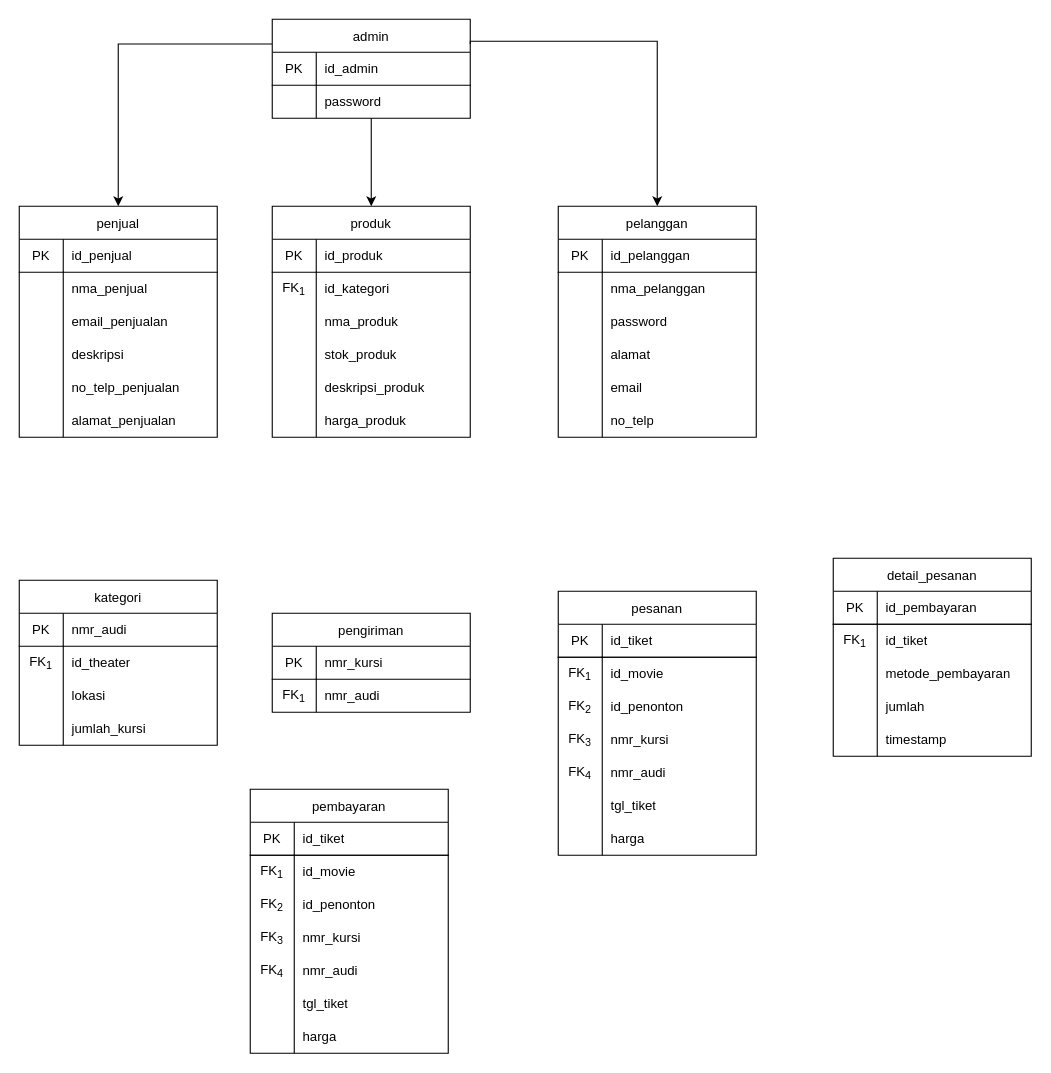
Above: e-commerce_cdm.drawio in vinnnna/sistem-basis-data (draw.io), before the change. Source tidied: cells renumbered, new cells numbered last; positions are measured from the earlier drawing's top-left corner, leaving out a move shared by most shapes. Both pictures are drawn from the tidied source at 110%, with x=0, y=0 at pixel (19, 19).
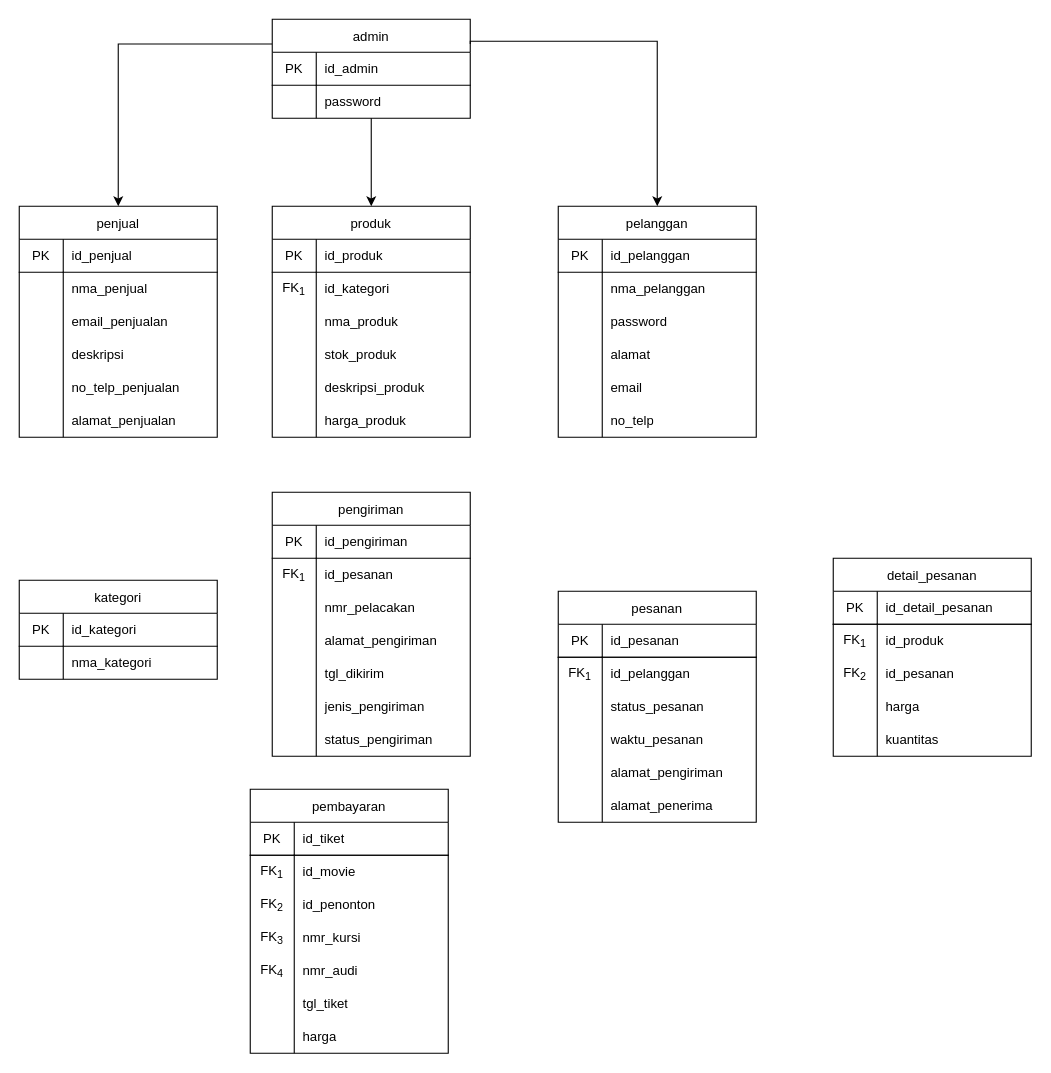
The same diagram, later.

Unchanged cells that the change refers to:
```xml
<mxCell id="41" style="shape=tableRow;horizontal=0;startSize=0;swimlaneHead=0;swimlaneBody=0;top=0;left=0;bottom=0;right=0;fillColor=none;strokeColor=inherit;fontSize=12;" parent="40" vertex="1">
  <mxGeometry y="30" width="180" height="30" as="geometry" />
</mxCell>
<mxCell id="44" style="shape=tableRow;horizontal=0;startSize=0;swimlaneHead=0;swimlaneBody=0;top=0;left=0;bottom=0;right=0;fillColor=none;strokeColor=inherit;fontSize=12;" parent="40" vertex="1">
  <mxGeometry y="60" width="180" height="30" as="geometry" />
</mxCell>
<mxCell id="47" style="shape=tableRow;horizontal=0;startSize=0;swimlaneHead=0;swimlaneBody=0;top=0;left=0;bottom=0;right=0;fillColor=none;strokeColor=inherit;fontSize=12;" parent="40" vertex="1">
  <mxGeometry y="90" width="180" height="30" as="geometry" />
</mxCell>
<mxCell id="50" style="shape=tableRow;horizontal=0;startSize=0;swimlaneHead=0;swimlaneBody=0;top=0;left=0;bottom=0;right=0;fillColor=none;strokeColor=inherit;fontSize=12;" parent="40" vertex="1">
  <mxGeometry y="120" width="180" height="30" as="geometry" />
</mxCell>
<mxCell id="53" style="shape=tableRow;horizontal=0;startSize=0;swimlaneHead=0;swimlaneBody=0;top=0;left=0;bottom=0;right=0;fillColor=none;strokeColor=inherit;fontSize=12;" parent="40" vertex="1">
  <mxGeometry y="150" width="180" height="30" as="geometry" />
</mxCell>
<mxCell id="56" style="shape=tableRow;horizontal=0;startSize=0;swimlaneHead=0;swimlaneBody=0;top=0;left=0;bottom=0;right=0;fillColor=none;strokeColor=inherit;fontSize=12;" parent="40" vertex="1">
  <mxGeometry y="180" width="180" height="30" as="geometry" />
</mxCell>
<mxCell id="63" style="shape=tableRow;horizontal=0;startSize=0;swimlaneHead=0;swimlaneBody=0;top=0;left=0;bottom=0;right=0;fillColor=none;strokeColor=inherit;fontSize=12;" parent="62" vertex="1">
  <mxGeometry y="30" width="180" height="30" as="geometry" />
</mxCell>
<mxCell id="66" style="shape=tableRow;horizontal=0;startSize=0;swimlaneHead=0;swimlaneBody=0;top=0;left=0;bottom=0;right=0;fillColor=none;strokeColor=inherit;fontSize=12;" parent="62" vertex="1">
  <mxGeometry y="60" width="180" height="30" as="geometry" />
</mxCell>
<mxCell id="69" style="shape=tableRow;horizontal=0;startSize=0;swimlaneHead=0;swimlaneBody=0;top=0;left=0;bottom=0;right=0;fillColor=none;strokeColor=inherit;fontSize=12;" parent="62" vertex="1">
  <mxGeometry y="90" width="180" height="30" as="geometry" />
</mxCell>
<mxCell id="72" style="shape=tableRow;horizontal=0;startSize=0;swimlaneHead=0;swimlaneBody=0;top=0;left=0;bottom=0;right=0;fillColor=none;strokeColor=inherit;fontSize=12;" parent="62" vertex="1">
  <mxGeometry y="120" width="180" height="30" as="geometry" />
</mxCell>
<mxCell id="75" style="shape=tableRow;horizontal=0;startSize=0;swimlaneHead=0;swimlaneBody=0;top=0;left=0;bottom=0;right=0;fillColor=none;strokeColor=inherit;fontSize=12;" parent="62" vertex="1">
  <mxGeometry y="150" width="180" height="30" as="geometry" />
</mxCell>
<mxCell id="107" style="shape=tableRow;horizontal=0;startSize=0;swimlaneHead=0;swimlaneBody=0;top=0;left=0;bottom=0;right=0;fillColor=none;strokeColor=inherit;fontSize=12;" parent="106" vertex="1">
  <mxGeometry y="30" width="180" height="30" as="geometry" />
</mxCell>
<mxCell id="110" style="shape=tableRow;horizontal=0;startSize=0;swimlaneHead=0;swimlaneBody=0;top=0;left=0;bottom=0;right=0;fillColor=none;strokeColor=inherit;fontSize=12;" parent="106" vertex="1">
  <mxGeometry y="60" width="180" height="30" as="geometry" />
</mxCell>
<mxCell id="120" style="shape=tableRow;horizontal=0;startSize=0;swimlaneHead=0;swimlaneBody=0;top=0;left=0;bottom=0;right=0;fillColor=none;strokeColor=inherit;fontSize=12;" parent="119" vertex="1">
  <mxGeometry y="30" width="180" height="30" as="geometry" />
</mxCell>
<mxCell id="123" style="shape=tableRow;horizontal=0;startSize=0;swimlaneHead=0;swimlaneBody=0;top=0;left=0;bottom=0;right=0;fillColor=none;strokeColor=inherit;fontSize=12;" parent="119" vertex="1">
  <mxGeometry y="60" width="180" height="30" as="geometry" />
</mxCell>
```

The edit, as a diff of the source:
```diff
@@
     <mxCell id="40" value="pesanan" style="shape=table;startSize=30;childLayout=tableLayout;rowLines=0;fontStyle=0;strokeColor=default;fontSize=12;" parent="1" vertex="1">
-      <mxGeometry x="490" y="520" width="180" height="240" as="geometry" />
+      <mxGeometry x="490" y="520" width="180" height="210" as="geometry" />
     </mxCell>
@@
-    <mxCell id="43" value="id_tiket" style="shape=partialRectangle;html=1;whiteSpace=wrap;fillColor=none;top=0;left=0;bottom=1;right=0;align=left;spacingLeft=6;overflow=hidden;strokeColor=inherit;fontSize=12;strokeWidth=1;" parent="41" vertex="1">
+    <mxCell id="43" value="id_pesanan" style="shape=partialRectangle;html=1;whiteSpace=wrap;fillColor=none;top=0;left=0;bottom=1;right=0;align=left;spacingLeft=6;overflow=hidden;strokeColor=inherit;fontSize=12;strokeWidth=1;" parent="41" vertex="1">
       <mxGeometry x="40" width="140" height="30" as="geometry" />
     </mxCell>
@@
-    <mxCell id="46" value="id_movie" style="shape=partialRectangle;html=1;whiteSpace=wrap;fillColor=none;top=1;left=0;bottom=0;right=0;align=left;spacingLeft=6;overflow=hidden;strokeColor=inherit;fontSize=12;" parent="44" vertex="1">
+    <mxCell id="46" value="id_pelanggan" style="shape=partialRectangle;html=1;whiteSpace=wrap;fillColor=none;top=1;left=0;bottom=0;right=0;align=left;spacingLeft=6;overflow=hidden;strokeColor=inherit;fontSize=12;" parent="44" vertex="1">
       <mxGeometry x="40" width="140" height="30" as="geometry" />
     </mxCell>
@@
-    <mxCell id="48" value="FK&lt;sub&gt;2&lt;/sub&gt;" style="shape=partialRectangle;html=1;whiteSpace=wrap;fillColor=none;top=0;left=0;bottom=0;right=0;overflow=hidden;strokeColor=inherit;fontSize=12;" parent="47" vertex="1">
+    <mxCell id="48" style="shape=partialRectangle;html=1;whiteSpace=wrap;fillColor=none;top=0;left=0;bottom=0;right=0;overflow=hidden;strokeColor=inherit;fontSize=12;" parent="47" vertex="1">
       <mxGeometry width="40" height="30" as="geometry" />
     </mxCell>
-    <mxCell id="49" value="id_penonton" style="shape=partialRectangle;html=1;whiteSpace=wrap;fillColor=none;top=0;left=0;bottom=0;right=0;align=left;spacingLeft=6;overflow=hidden;strokeColor=inherit;fontSize=12;" parent="47" vertex="1">
+    <mxCell id="49" value="status_pesanan" style="shape=partialRectangle;html=1;whiteSpace=wrap;fillColor=none;top=0;left=0;bottom=0;right=0;align=left;spacingLeft=6;overflow=hidden;strokeColor=inherit;fontSize=12;" parent="47" vertex="1">
       <mxGeometry x="40" width="140" height="30" as="geometry" />
     </mxCell>
@@
-    <mxCell id="51" value="FK&lt;sub&gt;3&lt;/sub&gt;" style="shape=partialRectangle;html=1;whiteSpace=wrap;fillColor=none;top=0;left=0;bottom=0;right=0;overflow=hidden;strokeColor=inherit;fontSize=12;" parent="50" vertex="1">
+    <mxCell id="51" style="shape=partialRectangle;html=1;whiteSpace=wrap;fillColor=none;top=0;left=0;bottom=0;right=0;overflow=hidden;strokeColor=inherit;fontSize=12;" parent="50" vertex="1">
       <mxGeometry width="40" height="30" as="geometry" />
     </mxCell>
-    <mxCell id="52" value="nmr_kursi" style="shape=partialRectangle;html=1;whiteSpace=wrap;fillColor=none;top=0;left=0;bottom=0;right=0;align=left;spacingLeft=6;overflow=hidden;strokeColor=inherit;fontSize=12;" parent="50" vertex="1">
+    <mxCell id="52" value="waktu_pesanan" style="shape=partialRectangle;html=1;whiteSpace=wrap;fillColor=none;top=0;left=0;bottom=0;right=0;align=left;spacingLeft=6;overflow=hidden;strokeColor=inherit;fontSize=12;" parent="50" vertex="1">
       <mxGeometry x="40" width="140" height="30" as="geometry" />
     </mxCell>
@@
-    <mxCell id="54" value="FK&lt;sub&gt;4&lt;/sub&gt;" style="shape=partialRectangle;html=1;whiteSpace=wrap;fillColor=none;top=0;left=0;bottom=0;right=0;overflow=hidden;strokeColor=inherit;fontSize=12;" parent="53" vertex="1">
+    <mxCell id="54" style="shape=partialRectangle;html=1;whiteSpace=wrap;fillColor=none;top=0;left=0;bottom=0;right=0;overflow=hidden;strokeColor=inherit;fontSize=12;" parent="53" vertex="1">
       <mxGeometry width="40" height="30" as="geometry" />
     </mxCell>
-    <mxCell id="55" value="nmr_audi" style="shape=partialRectangle;html=1;whiteSpace=wrap;fillColor=none;top=0;left=0;bottom=0;right=0;align=left;spacingLeft=6;overflow=hidden;strokeColor=inherit;fontSize=12;" parent="53" vertex="1">
+    <mxCell id="55" value="alamat_pengiriman" style="shape=partialRectangle;html=1;whiteSpace=wrap;fillColor=none;top=0;left=0;bottom=0;right=0;align=left;spacingLeft=6;overflow=hidden;strokeColor=inherit;fontSize=12;" parent="53" vertex="1">
       <mxGeometry x="40" width="140" height="30" as="geometry" />
     </mxCell>
@@
-    <mxCell id="58" value="tgl_tiket" style="shape=partialRectangle;html=1;whiteSpace=wrap;fillColor=none;top=0;left=0;bottom=0;right=0;align=left;spacingLeft=6;overflow=hidden;strokeColor=inherit;fontSize=12;" parent="56" vertex="1">
+    <mxCell id="58" value="alamat_penerima" style="shape=partialRectangle;html=1;whiteSpace=wrap;fillColor=none;top=0;left=0;bottom=0;right=0;align=left;spacingLeft=6;overflow=hidden;strokeColor=inherit;fontSize=12;" parent="56" vertex="1">
       <mxGeometry x="40" width="140" height="30" as="geometry" />
     </mxCell>
-    <mxCell id="59" style="shape=tableRow;horizontal=0;startSize=0;swimlaneHead=0;swimlaneBody=0;top=0;left=0;bottom=0;right=0;fillColor=none;strokeColor=inherit;fontSize=12;" parent="40" vertex="1">
-      <mxGeometry y="210" width="180" height="30" as="geometry" />
-    </mxCell>
-    <mxCell id="60" style="shape=partialRectangle;html=1;whiteSpace=wrap;fillColor=none;top=0;left=0;bottom=0;right=0;overflow=hidden;strokeColor=inherit;fontSize=12;" parent="59" vertex="1">
-      <mxGeometry width="40" height="30" as="geometry" />
-    </mxCell>
-    <mxCell id="61" value="harga" style="shape=partialRectangle;html=1;whiteSpace=wrap;fillColor=none;top=0;left=0;bottom=0;right=0;align=left;spacingLeft=6;overflow=hidden;strokeColor=inherit;fontSize=12;" parent="59" vertex="1">
-      <mxGeometry x="40" width="140" height="30" as="geometry" />
-    </mxCell>
@@
-    <mxCell id="65" value="id_pembayaran" style="shape=partialRectangle;html=1;whiteSpace=wrap;fillColor=none;top=0;left=0;bottom=1;right=0;align=left;spacingLeft=6;overflow=hidden;strokeColor=inherit;fontSize=12;strokeWidth=1;" parent="63" vertex="1">
+    <mxCell id="65" value="id_detail_pesanan" style="shape=partialRectangle;html=1;whiteSpace=wrap;fillColor=none;top=0;left=0;bottom=1;right=0;align=left;spacingLeft=6;overflow=hidden;strokeColor=inherit;fontSize=12;strokeWidth=1;" parent="63" vertex="1">
       <mxGeometry x="40" width="140" height="30" as="geometry" />
     </mxCell>
@@
-    <mxCell id="68" value="id_tiket" style="shape=partialRectangle;html=1;whiteSpace=wrap;fillColor=none;top=1;left=0;bottom=0;right=0;align=left;spacingLeft=6;overflow=hidden;strokeColor=inherit;fontSize=12;" parent="66" vertex="1">
+    <mxCell id="68" value="id_produk" style="shape=partialRectangle;html=1;whiteSpace=wrap;fillColor=none;top=1;left=0;bottom=0;right=0;align=left;spacingLeft=6;overflow=hidden;strokeColor=inherit;fontSize=12;" parent="66" vertex="1">
       <mxGeometry x="40" width="140" height="30" as="geometry" />
     </mxCell>
@@
-    <mxCell id="70" style="shape=partialRectangle;html=1;whiteSpace=wrap;fillColor=none;top=0;left=0;bottom=0;right=0;overflow=hidden;strokeColor=inherit;fontSize=12;" parent="69" vertex="1">
+    <mxCell id="70" value="FK&lt;sub&gt;2&lt;/sub&gt;" style="shape=partialRectangle;html=1;whiteSpace=wrap;fillColor=none;top=0;left=0;bottom=0;right=0;overflow=hidden;strokeColor=inherit;fontSize=12;" parent="69" vertex="1">
       <mxGeometry width="40" height="30" as="geometry" />
     </mxCell>
-    <mxCell id="71" value="metode_pembayaran" style="shape=partialRectangle;html=1;whiteSpace=wrap;fillColor=none;top=0;left=0;bottom=0;right=0;align=left;spacingLeft=6;overflow=hidden;strokeColor=inherit;fontSize=12;" parent="69" vertex="1">
+    <mxCell id="71" value="id_pesanan" style="shape=partialRectangle;html=1;whiteSpace=wrap;fillColor=none;top=0;left=0;bottom=0;right=0;align=left;spacingLeft=6;overflow=hidden;strokeColor=inherit;fontSize=12;" parent="69" vertex="1">
       <mxGeometry x="40" width="140" height="30" as="geometry" />
     </mxCell>
@@
-    <mxCell id="74" value="jumlah" style="shape=partialRectangle;html=1;whiteSpace=wrap;fillColor=none;top=0;left=0;bottom=0;right=0;align=left;spacingLeft=6;overflow=hidden;strokeColor=inherit;fontSize=12;" parent="72" vertex="1">
+    <mxCell id="74" value="harga" style="shape=partialRectangle;html=1;whiteSpace=wrap;fillColor=none;top=0;left=0;bottom=0;right=0;align=left;spacingLeft=6;overflow=hidden;strokeColor=inherit;fontSize=12;" parent="72" vertex="1">
       <mxGeometry x="40" width="140" height="30" as="geometry" />
     </mxCell>
@@
-    <mxCell id="77" value="timestamp" style="shape=partialRectangle;html=1;whiteSpace=wrap;fillColor=none;top=0;left=0;bottom=0;right=0;align=left;spacingLeft=6;overflow=hidden;strokeColor=inherit;fontSize=12;" parent="75" vertex="1">
+    <mxCell id="77" value="kuantitas" style="shape=partialRectangle;html=1;whiteSpace=wrap;fillColor=none;top=0;left=0;bottom=0;right=0;align=left;spacingLeft=6;overflow=hidden;strokeColor=inherit;fontSize=12;" parent="75" vertex="1">
       <mxGeometry x="40" width="140" height="30" as="geometry" />
     </mxCell>
@@
     <mxCell id="106" value="kategori" style="shape=table;startSize=30;childLayout=tableLayout;rowLines=0;fontStyle=0;strokeColor=default;fontSize=12;" parent="1" vertex="1">
-      <mxGeometry y="510" width="180" height="150" as="geometry" />
+      <mxGeometry y="510" width="180" height="90" as="geometry" />
     </mxCell>
@@
-    <mxCell id="109" value="nmr_audi" style="shape=partialRectangle;html=1;whiteSpace=wrap;fillColor=none;top=0;left=0;bottom=1;right=0;align=left;spacingLeft=6;overflow=hidden;strokeColor=inherit;fontSize=12;strokeWidth=1;" parent="107" vertex="1">
+    <mxCell id="109" value="id_kategori" style="shape=partialRectangle;html=1;whiteSpace=wrap;fillColor=none;top=0;left=0;bottom=1;right=0;align=left;spacingLeft=6;overflow=hidden;strokeColor=inherit;fontSize=12;strokeWidth=1;" parent="107" vertex="1">
       <mxGeometry x="40" width="140" height="30" as="geometry" />
     </mxCell>
@@
-    <mxCell id="111" value="FK&lt;sub&gt;1&lt;/sub&gt;" style="shape=partialRectangle;html=1;whiteSpace=wrap;fillColor=none;top=0;left=0;bottom=0;right=0;overflow=hidden;strokeColor=inherit;fontSize=12;" parent="110" vertex="1">
+    <mxCell id="111" style="shape=partialRectangle;html=1;whiteSpace=wrap;fillColor=none;top=0;left=0;bottom=0;right=0;overflow=hidden;strokeColor=inherit;fontSize=12;" parent="110" vertex="1">
       <mxGeometry width="40" height="30" as="geometry" />
     </mxCell>
-    <mxCell id="112" value="id_theater" style="shape=partialRectangle;html=1;whiteSpace=wrap;fillColor=none;top=0;left=0;bottom=0;right=0;align=left;spacingLeft=6;overflow=hidden;strokeColor=inherit;fontSize=12;" parent="110" vertex="1">
+    <mxCell id="112" value="nma_kategori" style="shape=partialRectangle;html=1;whiteSpace=wrap;fillColor=none;top=0;left=0;bottom=0;right=0;align=left;spacingLeft=6;overflow=hidden;strokeColor=inherit;fontSize=12;" parent="110" vertex="1">
       <mxGeometry x="40" width="140" height="30" as="geometry" />
     </mxCell>
-    <mxCell id="113" style="shape=tableRow;horizontal=0;startSize=0;swimlaneHead=0;swimlaneBody=0;top=0;left=0;bottom=0;right=0;fillColor=none;strokeColor=inherit;fontSize=12;" parent="106" vertex="1">
-      <mxGeometry y="90" width="180" height="30" as="geometry" />
-    </mxCell>
-    <mxCell id="114" style="shape=partialRectangle;html=1;whiteSpace=wrap;fillColor=none;top=0;left=0;bottom=0;right=0;overflow=hidden;strokeColor=inherit;fontSize=12;" parent="113" vertex="1">
-      <mxGeometry width="40" height="30" as="geometry" />
-    </mxCell>
-    <mxCell id="115" value="lokasi" style="shape=partialRectangle;html=1;whiteSpace=wrap;fillColor=none;top=0;left=0;bottom=0;right=0;align=left;spacingLeft=6;overflow=hidden;strokeColor=inherit;fontSize=12;" parent="113" vertex="1">
-      <mxGeometry x="40" width="140" height="30" as="geometry" />
-    </mxCell>
-    <mxCell id="116" style="shape=tableRow;horizontal=0;startSize=0;swimlaneHead=0;swimlaneBody=0;top=0;left=0;bottom=0;right=0;fillColor=none;strokeColor=inherit;fontSize=12;" parent="106" vertex="1">
-      <mxGeometry y="120" width="180" height="30" as="geometry" />
-    </mxCell>
-    <mxCell id="117" style="shape=partialRectangle;html=1;whiteSpace=wrap;fillColor=none;top=0;left=0;bottom=0;right=0;overflow=hidden;strokeColor=inherit;fontSize=12;" parent="116" vertex="1">
-      <mxGeometry width="40" height="30" as="geometry" />
-    </mxCell>
-    <mxCell id="118" value="jumlah_kursi" style="shape=partialRectangle;html=1;whiteSpace=wrap;fillColor=none;top=0;left=0;bottom=0;right=0;align=left;spacingLeft=6;overflow=hidden;strokeColor=inherit;fontSize=12;" parent="116" vertex="1">
-      <mxGeometry x="40" width="140" height="30" as="geometry" />
-    </mxCell>
     <mxCell id="119" value="pengiriman" style="shape=table;startSize=30;childLayout=tableLayout;rowLines=0;fontStyle=0;strokeColor=default;fontSize=12;" parent="1" vertex="1">
-      <mxGeometry x="230" y="540" width="180" height="90" as="geometry" />
+      <mxGeometry x="230" y="430" width="180" height="240" as="geometry" />
     </mxCell>
@@
-    <mxCell id="122" value="nmr_kursi" style="shape=partialRectangle;html=1;whiteSpace=wrap;fillColor=none;top=0;left=0;bottom=1;right=0;align=left;spacingLeft=6;overflow=hidden;strokeColor=inherit;fontSize=12;strokeWidth=1;" parent="120" vertex="1">
+    <mxCell id="122" value="id_pengiriman" style="shape=partialRectangle;html=1;whiteSpace=wrap;fillColor=none;top=0;left=0;bottom=1;right=0;align=left;spacingLeft=6;overflow=hidden;strokeColor=inherit;fontSize=12;strokeWidth=1;" parent="120" vertex="1">
       <mxGeometry x="40" width="140" height="30" as="geometry" />
     </mxCell>
@@
-    <mxCell id="125" value="nmr_audi" style="shape=partialRectangle;html=1;whiteSpace=wrap;fillColor=none;top=0;left=0;bottom=0;right=0;align=left;spacingLeft=6;overflow=hidden;strokeColor=inherit;fontSize=12;" parent="123" vertex="1">
+    <mxCell id="125" value="id_pesanan" style="shape=partialRectangle;html=1;whiteSpace=wrap;fillColor=none;top=0;left=0;bottom=0;right=0;align=left;spacingLeft=6;overflow=hidden;strokeColor=inherit;fontSize=12;" parent="123" vertex="1">
       <mxGeometry x="40" width="140" height="30" as="geometry" />
     </mxCell>
+    <mxCell id="113" style="shape=tableRow;horizontal=0;startSize=0;swimlaneHead=0;swimlaneBody=0;top=0;left=0;bottom=0;right=0;fillColor=none;strokeColor=inherit;fontSize=12;" parent="119" vertex="1">
+      <mxGeometry y="90" width="180" height="30" as="geometry" />
+    </mxCell>
+    <mxCell id="149" style="shape=partialRectangle;html=1;whiteSpace=wrap;fillColor=none;top=0;left=0;bottom=0;right=0;overflow=hidden;strokeColor=inherit;fontSize=12;" parent="113" vertex="1">
+      <mxGeometry width="40" height="30" as="geometry" />
+    </mxCell>
+    <mxCell id="150" value="nmr_pelacakan" style="shape=partialRectangle;html=1;whiteSpace=wrap;fillColor=none;top=0;left=0;bottom=0;right=0;align=left;spacingLeft=6;overflow=hidden;strokeColor=inherit;fontSize=12;" parent="113" vertex="1">
+      <mxGeometry x="40" width="140" height="30" as="geometry" />
+    </mxCell>
+    <mxCell id="116" style="shape=tableRow;horizontal=0;startSize=0;swimlaneHead=0;swimlaneBody=0;top=0;left=0;bottom=0;right=0;fillColor=none;strokeColor=inherit;fontSize=12;" parent="119" vertex="1">
+      <mxGeometry y="120" width="180" height="30" as="geometry" />
+    </mxCell>
+    <mxCell id="151" style="shape=partialRectangle;html=1;whiteSpace=wrap;fillColor=none;top=0;left=0;bottom=0;right=0;overflow=hidden;strokeColor=inherit;fontSize=12;" parent="116" vertex="1">
+      <mxGeometry width="40" height="30" as="geometry" />
+    </mxCell>
+    <mxCell id="152" value="alamat_pengiriman" style="shape=partialRectangle;html=1;whiteSpace=wrap;fillColor=none;top=0;left=0;bottom=0;right=0;align=left;spacingLeft=6;overflow=hidden;strokeColor=inherit;fontSize=12;" parent="116" vertex="1">
+      <mxGeometry x="40" width="140" height="30" as="geometry" />
+    </mxCell>
+    <mxCell id="153" style="shape=tableRow;horizontal=0;startSize=0;swimlaneHead=0;swimlaneBody=0;top=0;left=0;bottom=0;right=0;fillColor=none;strokeColor=inherit;fontSize=12;" parent="119" vertex="1">
+      <mxGeometry y="150" width="180" height="30" as="geometry" />
+    </mxCell>
+    <mxCell id="154" style="shape=partialRectangle;html=1;whiteSpace=wrap;fillColor=none;top=0;left=0;bottom=0;right=0;overflow=hidden;strokeColor=inherit;fontSize=12;" parent="153" vertex="1">
+      <mxGeometry width="40" height="30" as="geometry" />
+    </mxCell>
+    <mxCell id="155" value="tgl_dikirim" style="shape=partialRectangle;html=1;whiteSpace=wrap;fillColor=none;top=0;left=0;bottom=0;right=0;align=left;spacingLeft=6;overflow=hidden;strokeColor=inherit;fontSize=12;" parent="153" vertex="1">
+      <mxGeometry x="40" width="140" height="30" as="geometry" />
+    </mxCell>
+    <mxCell id="156" style="shape=tableRow;horizontal=0;startSize=0;swimlaneHead=0;swimlaneBody=0;top=0;left=0;bottom=0;right=0;fillColor=none;strokeColor=inherit;fontSize=12;" parent="119" vertex="1">
+      <mxGeometry y="180" width="180" height="30" as="geometry" />
+    </mxCell>
+    <mxCell id="157" style="shape=partialRectangle;html=1;whiteSpace=wrap;fillColor=none;top=0;left=0;bottom=0;right=0;overflow=hidden;strokeColor=inherit;fontSize=12;" parent="156" vertex="1">
+      <mxGeometry width="40" height="30" as="geometry" />
+    </mxCell>
+    <mxCell id="158" value="jenis_pengiriman" style="shape=partialRectangle;html=1;whiteSpace=wrap;fillColor=none;top=0;left=0;bottom=0;right=0;align=left;spacingLeft=6;overflow=hidden;strokeColor=inherit;fontSize=12;" parent="156" vertex="1">
+      <mxGeometry x="40" width="140" height="30" as="geometry" />
+    </mxCell>
+    <mxCell id="59" style="shape=tableRow;horizontal=0;startSize=0;swimlaneHead=0;swimlaneBody=0;top=0;left=0;bottom=0;right=0;fillColor=none;strokeColor=inherit;fontSize=12;" parent="119" vertex="1">
+      <mxGeometry y="210" width="180" height="30" as="geometry" />
+    </mxCell>
+    <mxCell id="159" style="shape=partialRectangle;html=1;whiteSpace=wrap;fillColor=none;top=0;left=0;bottom=0;right=0;overflow=hidden;strokeColor=inherit;fontSize=12;" parent="59" vertex="1">
+      <mxGeometry width="40" height="30" as="geometry" />
+    </mxCell>
+    <mxCell id="160" value="status_pengiriman" style="shape=partialRectangle;html=1;whiteSpace=wrap;fillColor=none;top=0;left=0;bottom=0;right=0;align=left;spacingLeft=6;overflow=hidden;strokeColor=inherit;fontSize=12;" parent="59" vertex="1">
+      <mxGeometry x="40" width="140" height="30" as="geometry" />
+    </mxCell>
```
